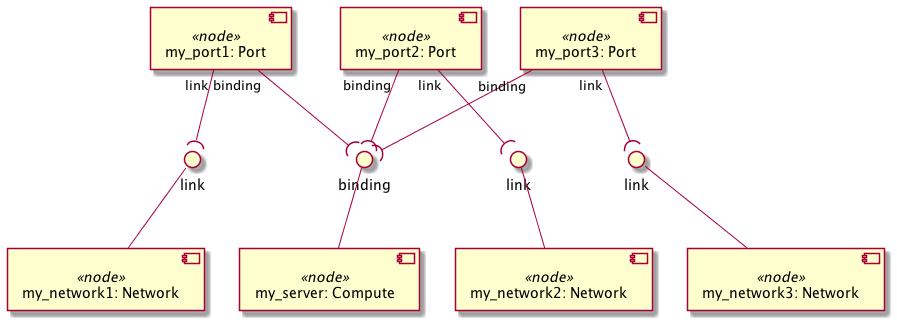
Orange-OpenSource/Cloudnet-TOSCA-toolbox keeps this PlantUML diagram as examples/ariatosca/diagrams/uml2/network-4-1.0-uml2-component-diagram1.png. Above is the earlier version.
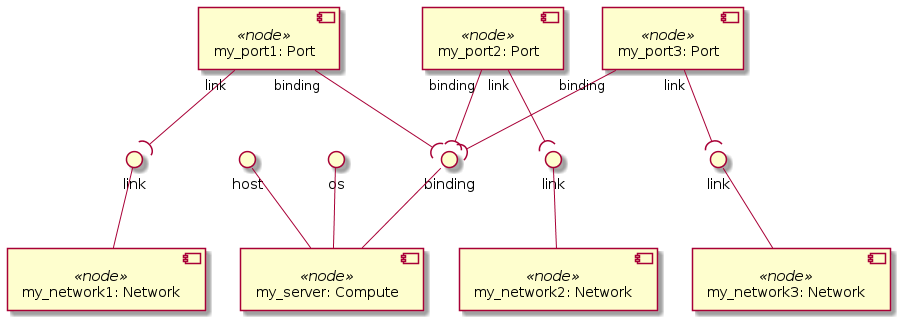
After the commit.

The edit, as a diff of the source:
```diff
@@ -2,12 +2,24 @@
 skinparam componentStyle uml2
 
 component "my_server: Compute" <<node>> as node_my_server
+interface "os" as node_my_server_os
+node_my_server_os -- node_my_server
+interface "host" as node_my_server_host
+node_my_server_host -- node_my_server
+interface "binding" as node_my_server_binding
+node_my_server_binding -- node_my_server
 
 component "my_network1: Network" <<node>> as node_my_network1
+interface "link" as node_my_network1_link
+node_my_network1_link -- node_my_network1
 
 component "my_network2: Network" <<node>> as node_my_network2
+interface "link" as node_my_network2_link
+node_my_network2_link -- node_my_network2
 
 component "my_network3: Network" <<node>> as node_my_network3
+interface "link" as node_my_network3_link
+node_my_network3_link -- node_my_network3
 
 component "my_port1: Port" <<node>> as node_my_port1
 
@@ -15,18 +27,10 @@
 
 component "my_port3: Port" <<node>> as node_my_port3
 
-interface "binding" as node_my_server_binding
-node_my_server_binding -- node_my_server
 node_my_port1 "binding" --( node_my_server_binding
-interface "link" as node_my_network1_link
-node_my_network1_link -- node_my_network1
 node_my_port1 "link" --( node_my_network1_link
 node_my_port2 "binding" --( node_my_server_binding
-interface "link" as node_my_network2_link
-node_my_network2_link -- node_my_network2
 node_my_port2 "link" --( node_my_network2_link
 node_my_port3 "binding" --( node_my_server_binding
-interface "link" as node_my_network3_link
-node_my_network3_link -- node_my_network3
 node_my_port3 "link" --( node_my_network3_link
 @enduml
```
